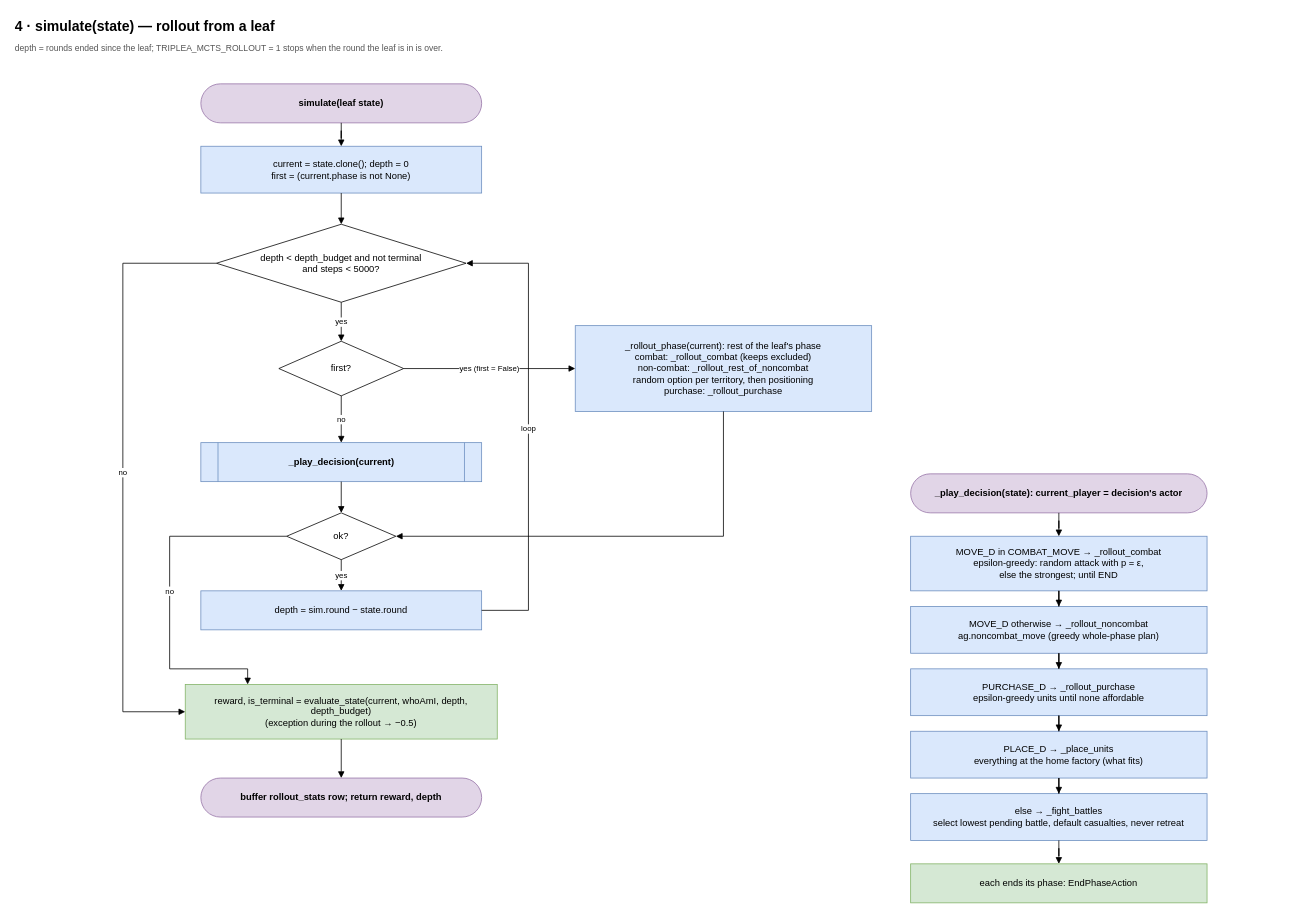
This is page "4 simulate (rollout)" (4 of 6) of planning-agent-testbed/agents/mcts-variants/heterogeneous-mcts/docs/heterogeneous-mcts-flowchart.drawio from sanjanagn242/triplea_testbench, a draw.io file, before an edit. Source tidied: cells renumbered, new cells numbered last; positions are measured from the earlier drawing's top-left corner, leaving out a move shared by most shapes. Both pictures are drawn from the tidied source at 78%, with x=0, y=0 at pixel (13, 13).
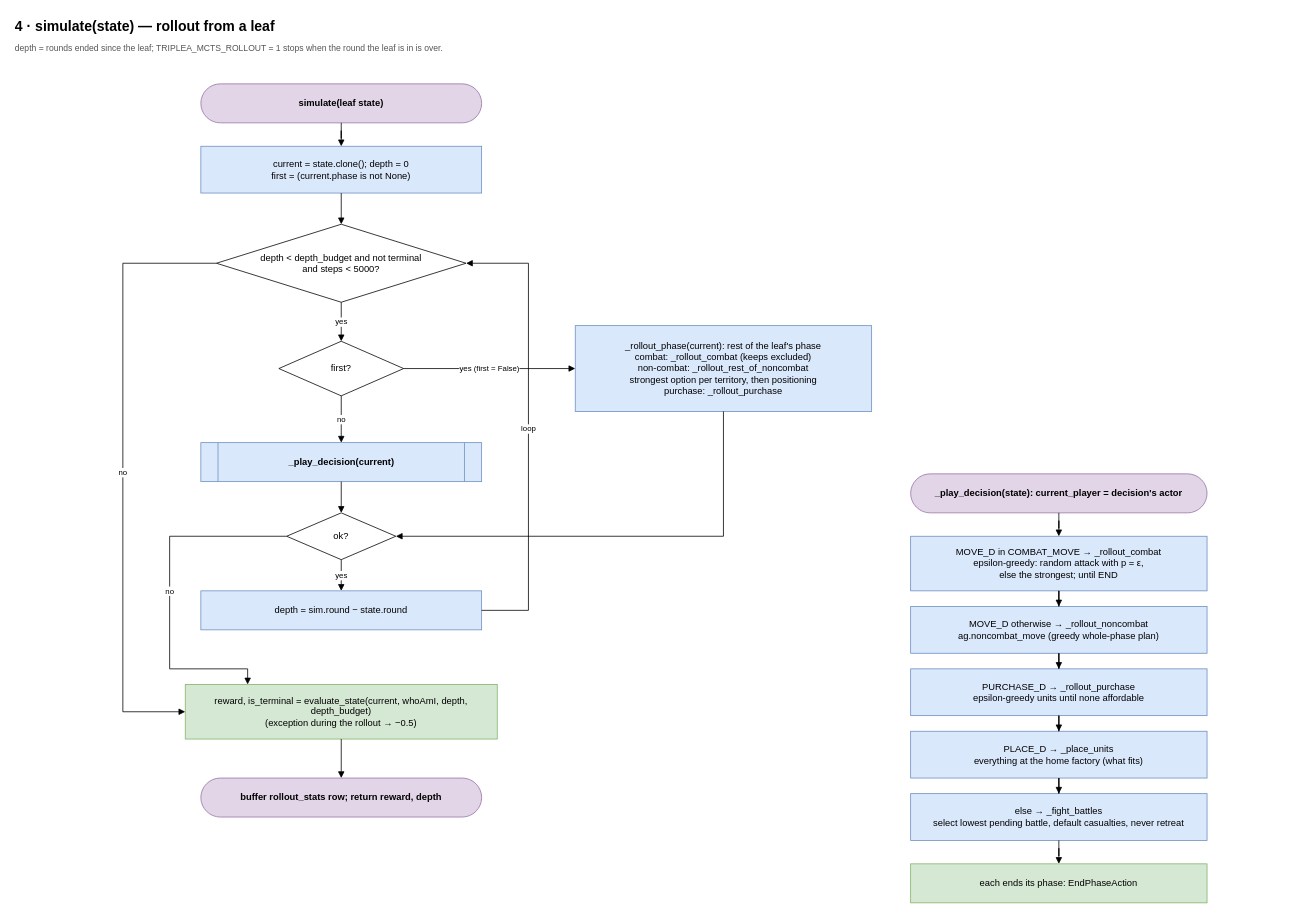
Above is the later version.

Change to the diagram source:
```diff
@@
-    <mxCell id="8" value="_rollout_phase(current): rest of the leaf's phase&lt;br&gt;combat: _rollout_combat (keeps excluded)&lt;br&gt;non-combat: _rollout_rest_of_noncombat&lt;br&gt;   random option per territory, then positioning&lt;br&gt;purchase: _rollout_purchase" style="rounded=0;whiteSpace=wrap;html=1;fillColor=#dae8fc;strokeColor=#6c8ebf;" parent="1" vertex="1">
+    <mxCell id="8" value="_rollout_phase(current): rest of the leaf's phase&lt;br&gt;combat: _rollout_combat (keeps excluded)&lt;br&gt;non-combat: _rollout_rest_of_noncombat&lt;br&gt;   strongest option per territory, then positioning&lt;br&gt;purchase: _rollout_purchase" style="rounded=0;whiteSpace=wrap;html=1;fillColor=#dae8fc;strokeColor=#6c8ebf;" parent="1" vertex="1">
       <mxGeometry x="720" y="400" width="380" height="110" as="geometry" />
     </mxCell>
```
